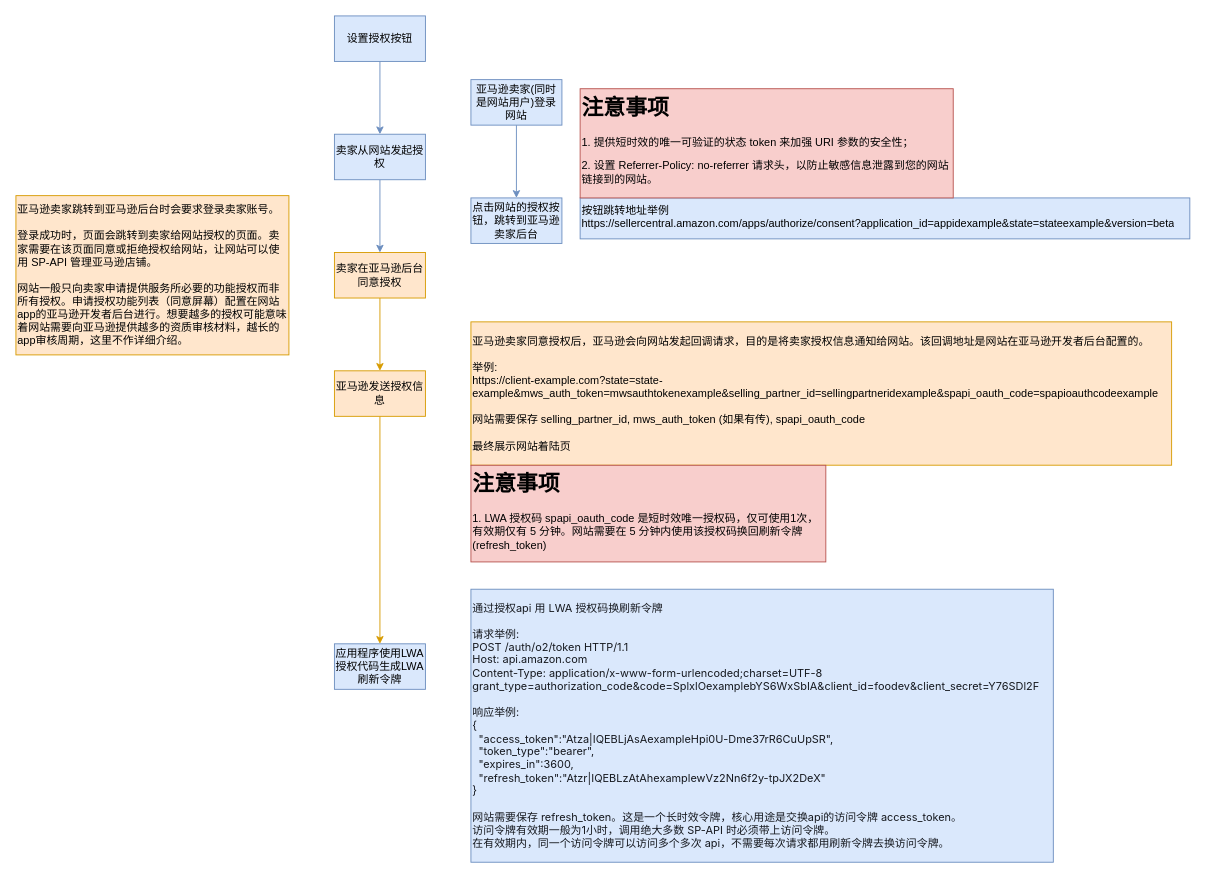
Before: 网站授权工作流.drawio in pcandlej/drawio-amazon-spapi, a draw.io diagram. Source tidied: cells renumbered, new cells numbered last; positions are measured from the earlier drawing's top-left corner, leaving out a move shared by most shapes. Both pictures are drawn from the tidied source at 91%, with x=0, y=0 at pixel (15, 15).
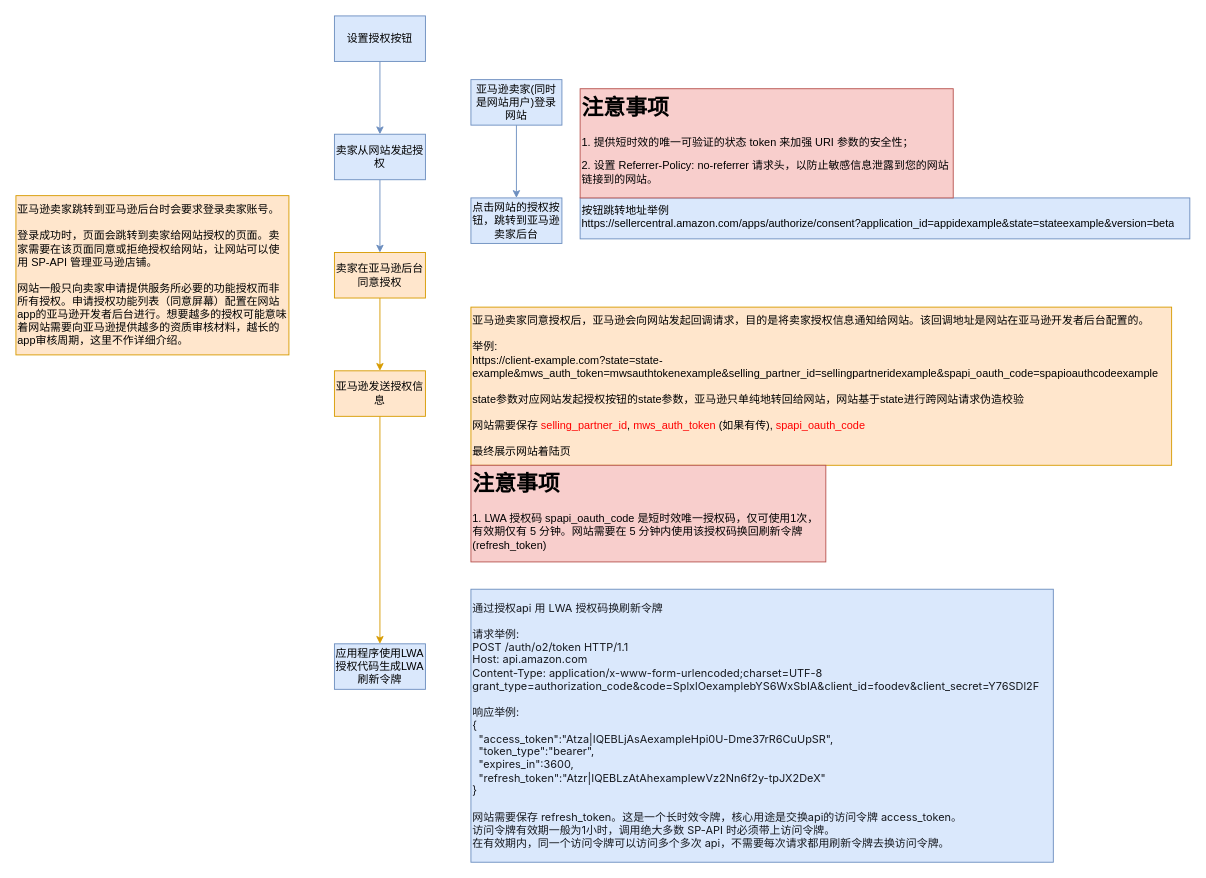
The same page after the edit.

Commit message:
更新网站授权工作流.drawio

What changed in the source:
```diff
@@
 <mxGraphModel>
   <root>
     <mxCell id="0" />
     <mxCell id="1" parent="0" />
     <mxCell id="2" style="edgeStyle=orthogonalEdgeStyle;rounded=0;jettySize=auto;html=1;fillColor=#dae8fc;strokeColor=#6c8ebf;" parent="1" edge="1" source="3" target="5">
       <mxGeometry relative="1" as="geometry" />
     </mxCell>
     <mxCell id="3" value="设置授权按钮" style="html=1;dashed=0;whiteSpace=wrap;fillColor=#dae8fc;strokeColor=#6c8ebf;" parent="1" vertex="1">
       <mxGeometry x="350" width="100" height="50" as="geometry" />
     </mxCell>
     <mxCell id="4" style="edgeStyle=orthogonalEdgeStyle;rounded=0;jettySize=auto;html=1;fillColor=#dae8fc;strokeColor=#6c8ebf;" parent="1" edge="1" source="5" target="7">
       <mxGeometry relative="1" as="geometry" />
     </mxCell>
     <mxCell id="5" value="卖家从网站发起授权" style="html=1;dashed=0;whiteSpace=wrap;fillColor=#dae8fc;strokeColor=#6c8ebf;" parent="1" vertex="1">
       <mxGeometry x="350" y="130" width="100" height="50" as="geometry" />
     </mxCell>
     <mxCell id="6" style="edgeStyle=orthogonalEdgeStyle;rounded=0;jettySize=auto;html=1;fillColor=#ffe6cc;strokeColor=#d79b00;" parent="1" edge="1" source="7" target="9">
       <mxGeometry relative="1" as="geometry" />
     </mxCell>
     <mxCell id="7" value="卖家在亚马逊后台同意授权" style="html=1;dashed=0;whiteSpace=wrap;fillColor=#ffe6cc;strokeColor=#d79b00;" parent="1" vertex="1">
       <mxGeometry x="350" y="260" width="100" height="50" as="geometry" />
     </mxCell>
     <mxCell id="8" style="edgeStyle=orthogonalEdgeStyle;rounded=0;jettySize=auto;html=1;fillColor=#ffe6cc;strokeColor=#d79b00;" parent="1" edge="1" source="9" target="15">
       <mxGeometry relative="1" as="geometry" />
     </mxCell>
     <mxCell id="9" value="亚马逊发送授权信息" style="html=1;dashed=0;whiteSpace=wrap;fillColor=#ffe6cc;strokeColor=#d79b00;" parent="1" vertex="1">
       <mxGeometry x="350" y="390" width="100" height="50" as="geometry" />
     </mxCell>
     <mxCell id="10" style="edgeStyle=orthogonalEdgeStyle;rounded=0;jettySize=auto;html=1;fillColor=#dae8fc;strokeColor=#6c8ebf;" parent="1" edge="1" source="11" target="12">
       <mxGeometry relative="1" as="geometry" />
     </mxCell>
     <mxCell id="11" value="亚马逊卖家(同时是网站用户)登录网站" style="html=1;dashed=0;whiteSpace=wrap;fillColor=#dae8fc;strokeColor=#6c8ebf;" parent="1" vertex="1">
       <mxGeometry x="500" y="70" width="100" height="50" as="geometry" />
     </mxCell>
     <mxCell id="12" value="点击网站的授权按钮，跳转到亚马逊卖家后台" style="html=1;dashed=0;whiteSpace=wrap;fillColor=#dae8fc;strokeColor=#6c8ebf;" parent="1" vertex="1">
       <mxGeometry x="500" y="200" width="100" height="50" as="geometry" />
     </mxCell>
     <mxCell id="13" value="按钮跳转地址举例&#10;https://sellercentral.amazon.com/apps/authorize/consent?application_id=appidexample&amp;state=stateexample&amp;version=beta&#10;" style="text;whiteSpace=wrap;overflow=hidden;rounded=0;fillColor=#dae8fc;strokeColor=#6c8ebf;" parent="1" vertex="1">
       <mxGeometry x="620" y="200" width="670" height="45" as="geometry" />
     </mxCell>
     <mxCell id="14" value="&lt;h1 style=&quot;margin-top: 0px;&quot;&gt;注意事项&lt;/h1&gt;&lt;p&gt;1. 提供短时效的唯一可验证的状态 token 来加强 URI 参数的安全性；&lt;/p&gt;&lt;p&gt;2. 设置&amp;nbsp;Referrer-Policy: no-referrer 请求头，以防止敏感信息泄露到您的网站链接到的网站。&lt;/p&gt;" style="text;html=1;whiteSpace=wrap;overflow=hidden;rounded=0;fillColor=#f8cecc;strokeColor=#b85450;" parent="1" vertex="1">
       <mxGeometry x="620" y="80" width="410" height="120" as="geometry" />
     </mxCell>
     <mxCell id="15" value="应用程序使用LWA授权代码生成LWA刷新令牌" style="html=1;dashed=0;whiteSpace=wrap;fillColor=#dae8fc;strokeColor=#6c8ebf;" parent="1" vertex="1">
       <mxGeometry x="350" y="690" width="100" height="50" as="geometry" />
     </mxCell>
     <mxCell id="16" value="亚马逊卖家跳转到亚马逊后台时会要求登录卖家账号。&lt;div&gt;&lt;br&gt;&lt;div&gt;登录成功时，页面会跳转到卖家给网站授权的页面。卖家需要在该页面同意或拒绝授权给网站，让网站可以使用 SP-API 管理亚马逊店铺。&lt;/div&gt;&lt;/div&gt;&lt;div&gt;&lt;br&gt;&lt;/div&gt;&lt;div&gt;网站一般只向卖家申请提供服务所必要的功能授权而非所有授权。申请授权功能列表（同意屏幕）配置在网站app的亚马逊开发者后台进行。想要越多的授权可能意味着网站需要向亚马逊提供越多的资质审核材料，越长的app审核周期，这里不作详细介绍。&lt;/div&gt;" style="text;html=1;align=left;verticalAlign=middle;whiteSpace=wrap;rounded=0;fillColor=#ffe6cc;strokeColor=#d79b00;" parent="1" vertex="1">
       <mxGeometry y="197.5" width="300" height="175" as="geometry" />
     </mxCell>
-    <mxCell id="17" value="亚马逊卖家同意授权后，亚马逊会向网站发起回调请求，目的是将卖家授权信息通知给网站。该回调地址是网站在亚马逊开发者后台配置的。&lt;div&gt;&lt;br&gt;&lt;/div&gt;&lt;div&gt;举例:&lt;/div&gt;&lt;div&gt;https://client-example.com?state=state-example&amp;amp;mws_auth_token=mwsauthtokenexample&amp;amp;selling_partner_id=sellingpartneridexample&amp;amp;spapi_oauth_code=spapioauthcodeexample&lt;br&gt;&lt;/div&gt;&lt;div&gt;&lt;br&gt;&lt;/div&gt;&lt;div&gt;网站需要保存 selling_partner_id, mws_auth_token (如果有传), spapi_oauth_code&lt;/div&gt;&lt;div&gt;&lt;br&gt;&lt;/div&gt;&lt;div&gt;最终展示网站着陆页&lt;/div&gt;" style="text;html=1;align=left;verticalAlign=middle;whiteSpace=wrap;rounded=0;fillColor=#ffe6cc;strokeColor=#d79b00;" parent="1" vertex="1">
-      <mxGeometry x="500" y="336.2" width="770" height="157.5" as="geometry" />
+    <mxCell id="17" value="亚马逊卖家同意授权后，亚马逊会向网站发起回调请求，目的是将卖家授权信息通知给网站。该回调地址是网站在亚马逊开发者后台配置的。&lt;div&gt;&lt;br&gt;&lt;/div&gt;&lt;div&gt;举例:&lt;/div&gt;&lt;div&gt;https://client-example.com?state=state-example&amp;amp;mws_auth_token=mwsauthtokenexample&amp;amp;selling_partner_id=sellingpartneridexample&amp;amp;spapi_oauth_code=spapioauthcodeexample&lt;br&gt;&lt;/div&gt;&lt;div&gt;&lt;br&gt;&lt;/div&gt;&lt;div&gt;state参数对应网站发起授权按钮的state参数，亚马逊只单纯地转回给网站，网站基于state进行跨网站请求伪造校验&lt;/div&gt;&lt;div&gt;&lt;br&gt;&lt;/div&gt;&lt;div&gt;网站需要保存 &lt;font color=&quot;#ff0000&quot;&gt;selling_partner_id&lt;/font&gt;, &lt;font color=&quot;#ff0000&quot;&gt;mws_auth_token&lt;/font&gt; (如果有传), &lt;font color=&quot;#ff0000&quot;&gt;spapi_oauth_code&lt;/font&gt;&lt;/div&gt;&lt;div&gt;&lt;br&gt;&lt;/div&gt;&lt;div&gt;最终展示网站着陆页&lt;/div&gt;" style="text;html=1;align=left;verticalAlign=middle;whiteSpace=wrap;rounded=0;fillColor=#ffe6cc;strokeColor=#d79b00;" parent="1" vertex="1">
+      <mxGeometry x="500" y="320" width="770" height="173.8" as="geometry" />
     </mxCell>
     <mxCell id="18" value="&lt;h1 style=&quot;margin-top: 0px;&quot;&gt;注意事项&lt;/h1&gt;&lt;p&gt;1. LWA 授权码 spapi_oauth_code 是短时效唯一授权码，仅可使用1次，有效期仅有 5 分钟。网站需要在 5 分钟内使用该授权码换回刷新令牌(refresh_token)&lt;/p&gt;" style="text;html=1;whiteSpace=wrap;overflow=hidden;rounded=0;fillColor=#f8cecc;strokeColor=#b85450;" parent="1" vertex="1">
       <mxGeometry x="500" y="493.8" width="390" height="106.2" as="geometry" />
     </mxCell>
     <mxCell id="19" value="&lt;div&gt;&lt;span style=&quot;white-space: pre; color: rgb(22, 25, 31); font-family: Ember, -apple-system, system-ui, &amp;quot;Segoe UI&amp;quot;, Roboto, Oxygen, Ubuntu, Cantarell, &amp;quot;Fira Sans&amp;quot;, &amp;quot;Droid Sans&amp;quot;, &amp;quot;Helvetica Neue&amp;quot;, sans-serif; background-color: initial;&quot;&gt;通过授权api 用 LWA 授权码换刷新令牌&lt;/span&gt;&lt;br&gt;&lt;/div&gt;&lt;div&gt;&lt;span style=&quot;white-space: pre; color: rgb(22, 25, 31); font-family: Ember, -apple-system, system-ui, &amp;quot;Segoe UI&amp;quot;, Roboto, Oxygen, Ubuntu, Cantarell, &amp;quot;Fira Sans&amp;quot;, &amp;quot;Droid Sans&amp;quot;, &amp;quot;Helvetica Neue&amp;quot;, sans-serif; background-color: initial;&quot;&gt;&lt;br&gt;&lt;/span&gt;&lt;/div&gt;&lt;div&gt;&lt;font face=&quot;Ember, -apple-system, system-ui, Segoe UI, Roboto, Oxygen, Ubuntu, Cantarell, Fira Sans, Droid Sans, Helvetica Neue, sans-serif&quot; color=&quot;#16191f&quot;&gt;&lt;span style=&quot;white-space: pre;&quot;&gt;请求举例:&lt;/span&gt;&lt;/font&gt;&lt;/div&gt;&lt;font style=&quot;font-size: 12px;&quot; face=&quot;Ember, -apple-system, system-ui, Segoe UI, Roboto, Oxygen, Ubuntu, Cantarell, Fira Sans, Droid Sans, Helvetica Neue, sans-serif&quot; color=&quot;#16191f&quot;&gt;&lt;span style=&quot;white-space: pre;&quot;&gt;POST /auth/o2/token HTTP/1.1&lt;br&gt;Host: api.amazon.com&lt;br&gt;Content-Type: application/x-www-form-urlencoded;charset=UTF-8&lt;br&gt;grant_type=authorization_code&amp;amp;code=SplxlOexamplebYS6WxSbIA&amp;amp;client_id=foodev&amp;amp;client_secret=Y76SDl2F&lt;/span&gt;&lt;/font&gt;&lt;div&gt;&lt;font style=&quot;font-size: 12px;&quot; face=&quot;Ember, -apple-system, system-ui, Segoe UI, Roboto, Oxygen, Ubuntu, Cantarell, Fira Sans, Droid Sans, Helvetica Neue, sans-serif&quot; color=&quot;#16191f&quot;&gt;&lt;span style=&quot;white-space: pre;&quot;&gt;&lt;br&gt;&lt;/span&gt;&lt;/font&gt;&lt;/div&gt;&lt;div&gt;&lt;font style=&quot;font-size: 12px;&quot; face=&quot;Ember, -apple-system, system-ui, Segoe UI, Roboto, Oxygen, Ubuntu, Cantarell, Fira Sans, Droid Sans, Helvetica Neue, sans-serif&quot; color=&quot;#16191f&quot;&gt;&lt;span style=&quot;white-space: pre;&quot;&gt;响应举例:&lt;/span&gt;&lt;/font&gt;&lt;/div&gt;&lt;div&gt;&lt;font face=&quot;Ember, -apple-system, system-ui, Segoe UI, Roboto, Oxygen, Ubuntu, Cantarell, Fira Sans, Droid Sans, Helvetica Neue, sans-serif&quot; color=&quot;#16191f&quot;&gt;&lt;span style=&quot;white-space: pre;&quot;&gt;&lt;div style=&quot;&quot;&gt;{&lt;/div&gt;&lt;div style=&quot;&quot;&gt;&amp;nbsp; &quot;access_token&quot;:&quot;Atza|IQEBLjAsAexampleHpi0U-Dme37rR6CuUpSR&quot;,&lt;/div&gt;&lt;div style=&quot;&quot;&gt;&amp;nbsp; &quot;token_type&quot;:&quot;bearer&quot;,&lt;/div&gt;&lt;div style=&quot;&quot;&gt;&amp;nbsp; &quot;expires_in&quot;:3600,&lt;/div&gt;&lt;div style=&quot;&quot;&gt;&amp;nbsp; &quot;refresh_token&quot;:&quot;Atzr|IQEBLzAtAhexamplewVz2Nn6f2y-tpJX2DeX&quot;&lt;/div&gt;&lt;div style=&quot;&quot;&gt;}&lt;/div&gt;&lt;div style=&quot;&quot;&gt;&lt;br&gt;&lt;/div&gt;&lt;div style=&quot;&quot;&gt;网站需要保存 refresh_token。这是一个长时效令牌，核心用途是交换api的访问令牌 access_token。&lt;/div&gt;&lt;div style=&quot;&quot;&gt;访问令牌有效期一般为1小时，调用绝大多数 SP-API 时必须带上访问令牌。&lt;/div&gt;&lt;div style=&quot;&quot;&gt;在有效期内，同一个访问令牌可以访问多个多次 api，不需要每次请求都用刷新令牌去换访问令牌。&lt;/div&gt;&lt;/span&gt;&lt;/font&gt;&lt;/div&gt;" style="text;html=1;align=left;verticalAlign=middle;whiteSpace=wrap;rounded=0;fillColor=#dae8fc;strokeColor=#6c8ebf;" parent="1" vertex="1">
       <mxGeometry x="500" y="630" width="640" height="300" as="geometry" />
     </mxCell>
   </root>
 </mxGraphModel>
```
